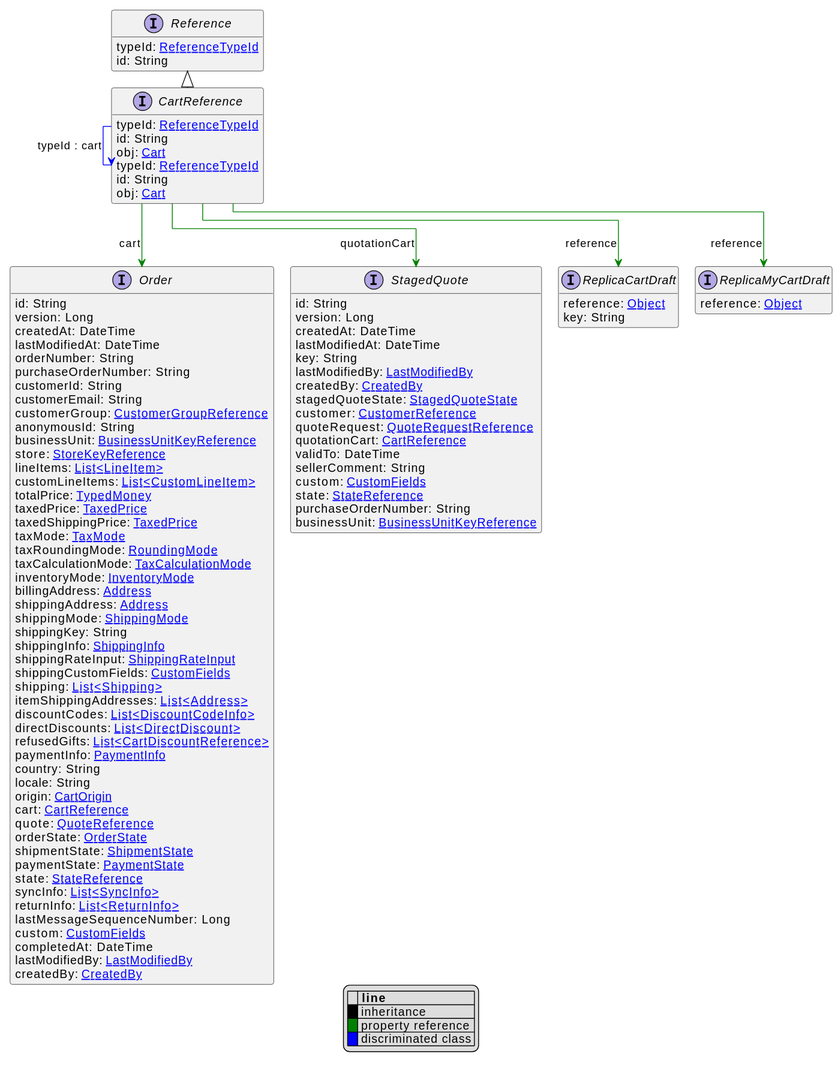
The PlantUML diagram uml/api/svg/CartReference.svg in commercetools/commercetools-api-reference, before a commit.
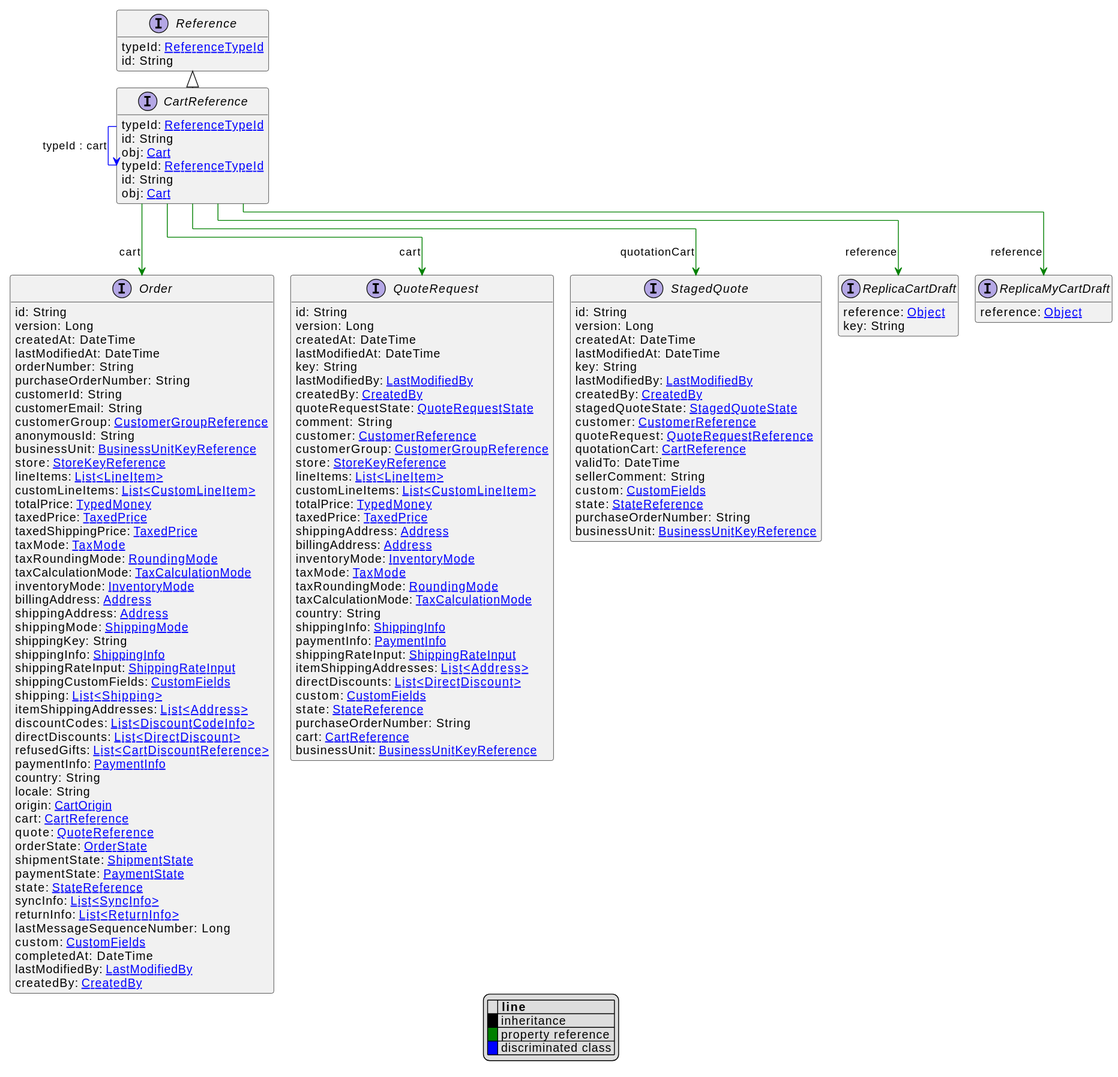
The same diagram one commit later.

What changed in the source:
```diff
@@ -82,6 +82,41 @@
     lastModifiedBy: [[LastModifiedBy.svg LastModifiedBy]]
     createdBy: [[CreatedBy.svg CreatedBy]]
 }
+interface QuoteRequest [[QuoteRequest.svg]]  {
+    id: String
+    version: Long
+    createdAt: DateTime
+    lastModifiedAt: DateTime
+    key: String
+    lastModifiedBy: [[LastModifiedBy.svg LastModifiedBy]]
+    createdBy: [[CreatedBy.svg CreatedBy]]
+    quoteRequestState: [[QuoteRequestState.svg QuoteRequestState]]
+    comment: String
+    customer: [[CustomerReference.svg CustomerReference]]
+    customerGroup: [[CustomerGroupReference.svg CustomerGroupReference]]
+    store: [[StoreKeyReference.svg StoreKeyReference]]
+    lineItems: [[LineItem.svg List<LineItem>]]
+    customLineItems: [[CustomLineItem.svg List<CustomLineItem>]]
+    totalPrice: [[TypedMoney.svg TypedMoney]]
+    taxedPrice: [[TaxedPrice.svg TaxedPrice]]
+    shippingAddress: [[Address.svg Address]]
+    billingAddress: [[Address.svg Address]]
+    inventoryMode: [[InventoryMode.svg InventoryMode]]
+    taxMode: [[TaxMode.svg TaxMode]]
+    taxRoundingMode: [[RoundingMode.svg RoundingMode]]
+    taxCalculationMode: [[TaxCalculationMode.svg TaxCalculationMode]]
+    country: String
+    shippingInfo: [[ShippingInfo.svg ShippingInfo]]
+    paymentInfo: [[PaymentInfo.svg PaymentInfo]]
+    shippingRateInput: [[ShippingRateInput.svg ShippingRateInput]]
+    itemShippingAddresses: [[Address.svg List<Address>]]
+    directDiscounts: [[DirectDiscount.svg List<DirectDiscount>]]
+    custom: [[CustomFields.svg CustomFields]]
+    state: [[StateReference.svg StateReference]]
+    purchaseOrderNumber: String
+    cart: [[CartReference.svg CartReference]]
+    businessUnit: [[BusinessUnitKeyReference.svg BusinessUnitKeyReference]]
+}
 interface StagedQuote [[StagedQuote.svg]]  {
     id: String
     version: Long
@@ -105,5 +140,6 @@
 CartReference --> ReplicaCartDraft #green;text:green : "reference"
 CartReference --> ReplicaMyCartDraft #green;text:green : "reference"
 CartReference --> Order #green;text:green : "cart"
+CartReference --> QuoteRequest #green;text:green : "cart"
 CartReference --> StagedQuote #green;text:green : "quotationCart"
 @enduml
```
